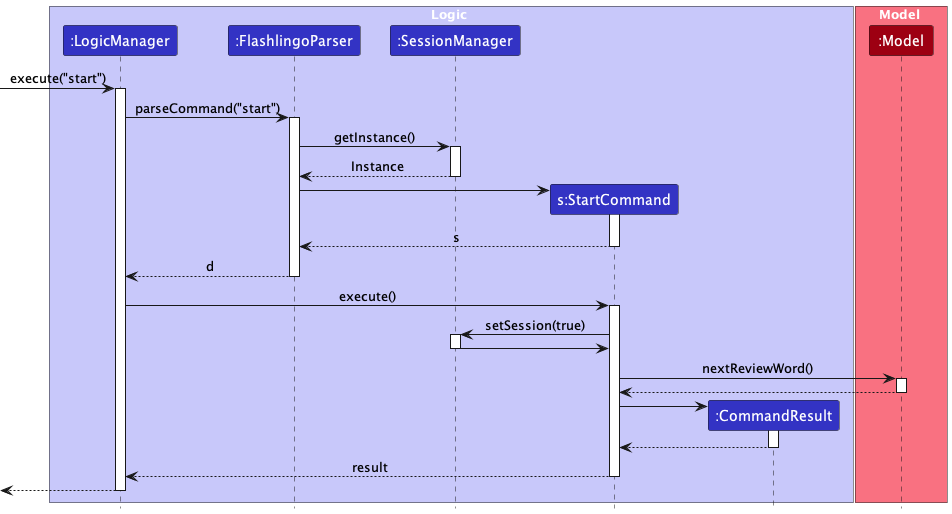
Earlier version of the PlantUML export docs/images/StartSequenceDiagram.png (nus-cs2103-AY2324S1/tp).
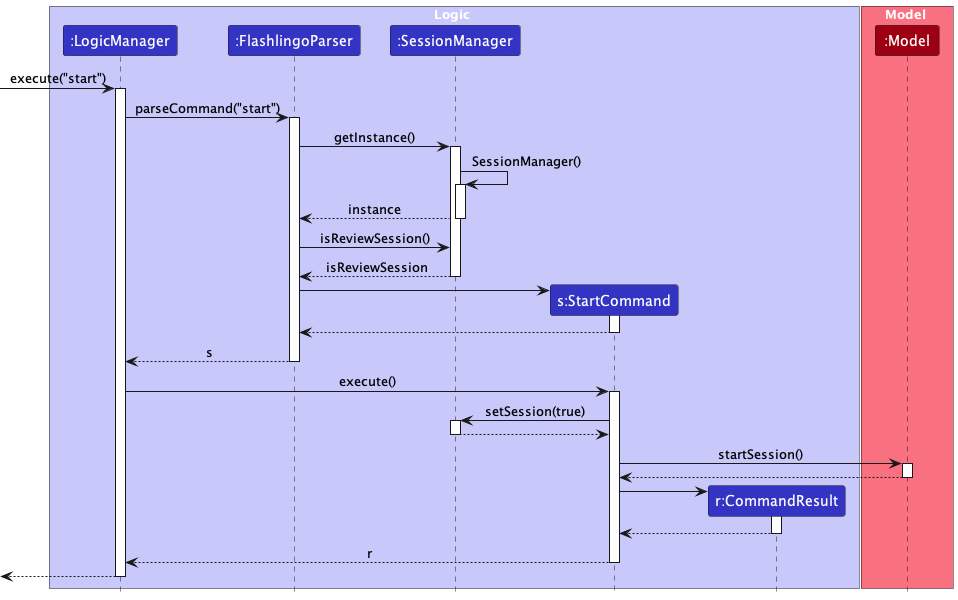
After the change.

Change to the diagram source:
```diff
@@ -7,7 +7,7 @@
 participant ":FlashlingoParser" as FlashlingoParser LOGIC_COLOR
 participant ":SessionManager" as SessionManager LOGIC_COLOR
 participant "s:StartCommand" as StartCommand LOGIC_COLOR
-participant ":CommandResult" as CommandResult LOGIC_COLOR
+participant "r:CommandResult" as CommandResult LOGIC_COLOR
 end box
 
 box Model MODEL_COLOR_T1
@@ -23,17 +23,30 @@
 FlashlingoParser -> SessionManager : getInstance()
 activate SessionManager
 
-SessionManager --> FlashlingoParser : Instance
+SessionManager -> SessionManager : SessionManager()
+activate SessionManager
+
+
+
+
+SessionManager --> FlashlingoParser : instance
 deactivate SessionManager
+
+FlashlingoParser -> SessionManager : isReviewSession()
+
+
+SessionManager --> FlashlingoParser : isReviewSession
+deactivate SessionManager
+
 
 create StartCommand
 FlashlingoParser -> StartCommand
 activate StartCommand
 
-StartCommand --> FlashlingoParser : s
+StartCommand --> FlashlingoParser :
 deactivate StartCommand
 
-FlashlingoParser --> LogicManager : d
+FlashlingoParser --> LogicManager : s
 deactivate FlashlingoParser
 
 LogicManager -> StartCommand : execute()
@@ -42,9 +55,9 @@
 StartCommand -> SessionManager : setSession(true)
 activate SessionManager
 
-SessionManager -> StartCommand :
+SessionManager --> StartCommand :
 deactivate SessionManager
-StartCommand -> Model : nextReviewWord()
+StartCommand -> Model : startSession()
 activate Model
 
 Model --> StartCommand
@@ -57,7 +70,7 @@
 CommandResult --> StartCommand
 deactivate CommandResult
 
-StartCommand --> LogicManager : result
+StartCommand --> LogicManager : r
 deactivate StartCommand
 
 [<--LogicManager
```
